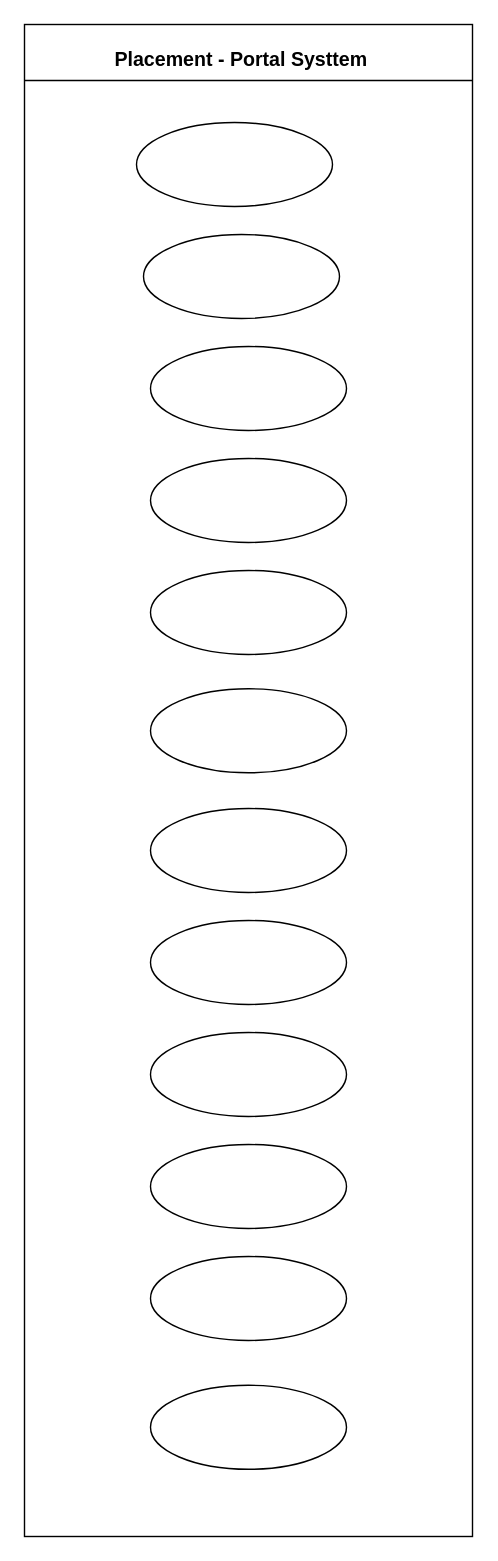
Earlier version of the draw.io diagram useCase.drawio (shalulaha/Minor_Project). Source tidied: cells renumbered, new cells numbered last; positions are measured from the earlier drawing's top-left corner, leaving out a move shared by most shapes. Both pictures are drawn from the tidied source at 140%, with x=0, y=0 at pixel (24, 24).
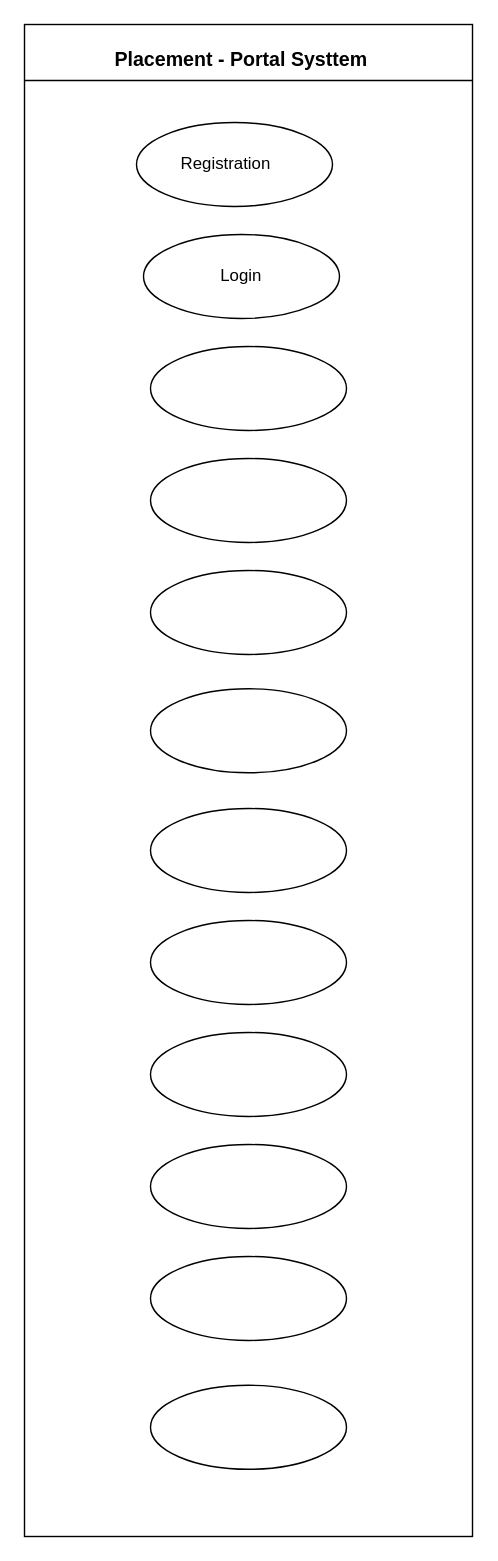
The same page after the edit.

What changed in the source:
```diff
@@
 <mxGraphModel>
   <root>
     <mxCell id="0" />
     <mxCell id="1" parent="0" />
     <mxCell id="2" style="rounded=0;whiteSpace=wrap;html=1;" parent="1" vertex="1">
       <mxGeometry width="320" height="1080" as="geometry" />
     </mxCell>
     <mxCell id="3" style="endArrow=none;html=1;rounded=0;" parent="1" edge="1">
       <mxGeometry relative="1" as="geometry">
         <mxPoint y="40" as="sourcePoint" />
         <mxPoint x="320" y="40" as="targetPoint" />
       </mxGeometry>
     </mxCell>
     <mxCell id="4" value="&lt;b&gt;&lt;font style=&quot;font-size: 14px;&quot;&gt;Placement - Portal Systtem&lt;/font&gt;&lt;/b&gt;" style="text;html=1;align=center;verticalAlign=middle;whiteSpace=wrap;rounded=0;" parent="1" vertex="1">
       <mxGeometry x="50" y="10" width="210" height="30" as="geometry" />
     </mxCell>
     <mxCell id="5" style="ellipse;whiteSpace=wrap;html=1;" parent="1" vertex="1">
       <mxGeometry x="80" y="70" width="140" height="60" as="geometry" />
     </mxCell>
     <mxCell id="6" style="ellipse;whiteSpace=wrap;html=1;" parent="1" vertex="1">
       <mxGeometry x="90" y="310" width="140" height="60" as="geometry" />
     </mxCell>
     <mxCell id="7" style="ellipse;whiteSpace=wrap;html=1;" parent="1" vertex="1">
       <mxGeometry x="90" y="230" width="140" height="60" as="geometry" />
     </mxCell>
     <mxCell id="8" style="ellipse;whiteSpace=wrap;html=1;" parent="1" vertex="1">
       <mxGeometry x="85" y="150" width="140" height="60" as="geometry" />
     </mxCell>
     <mxCell id="9" style="ellipse;whiteSpace=wrap;html=1;" parent="1" vertex="1">
       <mxGeometry x="90" y="390" width="140" height="60" as="geometry" />
     </mxCell>
     <mxCell id="10" style="ellipse;whiteSpace=wrap;html=1;" parent="1" vertex="1">
       <mxGeometry x="90" y="474.5" width="140" height="60" as="geometry" />
     </mxCell>
     <mxCell id="11" style="ellipse;whiteSpace=wrap;html=1;" parent="1" vertex="1">
       <mxGeometry x="90" y="560" width="140" height="60" as="geometry" />
     </mxCell>
     <mxCell id="12" style="ellipse;whiteSpace=wrap;html=1;" parent="1" vertex="1">
       <mxGeometry x="90" y="640" width="140" height="60" as="geometry" />
     </mxCell>
     <mxCell id="13" style="ellipse;whiteSpace=wrap;html=1;" parent="1" vertex="1">
       <mxGeometry x="90" y="720" width="140" height="60" as="geometry" />
     </mxCell>
     <mxCell id="14" style="ellipse;whiteSpace=wrap;html=1;" parent="1" vertex="1">
       <mxGeometry x="90" y="800" width="140" height="60" as="geometry" />
     </mxCell>
     <mxCell id="15" style="ellipse;whiteSpace=wrap;html=1;" parent="1" vertex="1">
       <mxGeometry x="90" y="880" width="140" height="60" as="geometry" />
     </mxCell>
     <mxCell id="16" style="ellipse;whiteSpace=wrap;html=1;" parent="1" vertex="1">
       <mxGeometry x="90" y="972" width="140" height="60" as="geometry" />
     </mxCell>
+    <mxCell id="17" value="Registration" style="text;html=1;align=center;verticalAlign=middle;whiteSpace=wrap;rounded=0;" parent="1" vertex="1">
+      <mxGeometry x="114" y="85" width="60" height="30" as="geometry" />
+    </mxCell>
+    <mxCell id="18" value="Login" style="text;html=1;align=center;verticalAlign=middle;whiteSpace=wrap;rounded=0;" parent="1" vertex="1">
+      <mxGeometry x="125" y="165" width="60" height="30" as="geometry" />
+    </mxCell>
   </root>
 </mxGraphModel>
```
